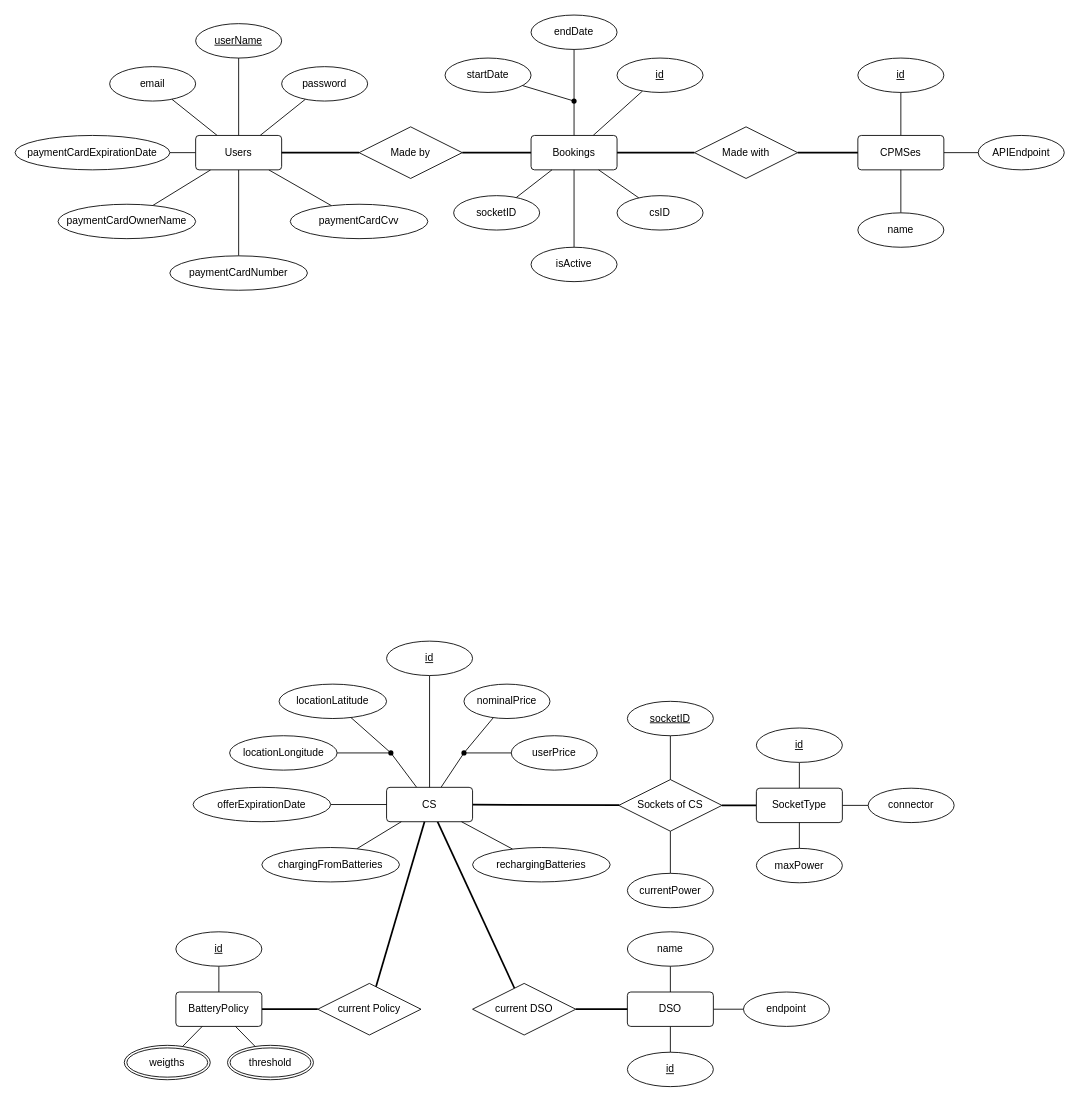
Before: DD/ERDiagrams.drawio in EMJzero/SoftwareEngineeringII-project, a draw.io diagram. Source tidied: cells renumbered, new cells numbered last; positions are measured from the earlier drawing's top-left corner, leaving out a move shared by most shapes. Both pictures are drawn from the tidied source at 86%, with x=0, y=0 at pixel (15, 15).
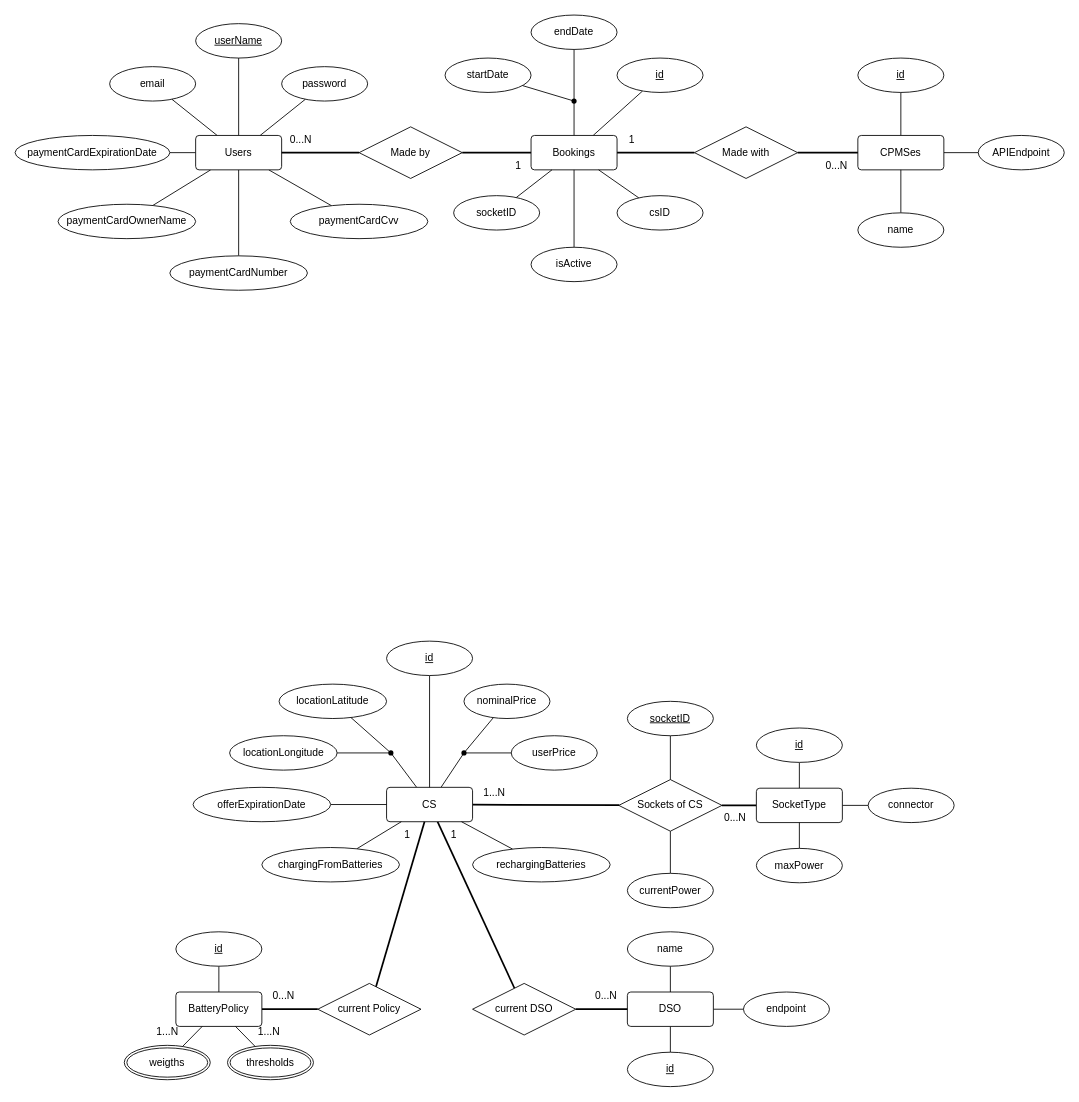
Above is the later version.

Commit message (it also covers changes not shown here):
updated ER diagrams, first activity diagrams

What changed in the source:
```diff
@@
-    <mxCell id="99" value="threshold" style="ellipse;shape=doubleEllipse;margin=3;whiteSpace=wrap;html=1;align=center;" parent="1" vertex="1">
+    <mxCell id="99" value="thresholds" style="ellipse;shape=doubleEllipse;margin=3;whiteSpace=wrap;html=1;align=center;" parent="1" vertex="1">
       <mxGeometry x="247" y="1198" width="100" height="40" as="geometry" />
     </mxCell>
+    <mxCell id="100" value="0...N" style="text;html=1;align=center;verticalAlign=middle;strokeColor=none;fillColor=none;" parent="1" vertex="1">
+      <mxGeometry x="307" y="130" width="50" height="30" as="geometry" />
+    </mxCell>
+    <mxCell id="101" value="1" style="text;html=1;align=center;verticalAlign=middle;strokeColor=none;fillColor=none;" parent="1" vertex="1">
+      <mxGeometry x="570" y="160" width="30" height="30" as="geometry" />
+    </mxCell>
+    <mxCell id="102" value="1" style="text;html=1;align=center;verticalAlign=middle;strokeColor=none;fillColor=none;" parent="1" vertex="1">
+      <mxGeometry x="702" y="130" width="30" height="30" as="geometry" />
+    </mxCell>
+    <mxCell id="103" value="0...N" style="text;html=1;align=center;verticalAlign=middle;strokeColor=none;fillColor=none;" parent="1" vertex="1">
+      <mxGeometry x="930" y="160" width="50" height="30" as="geometry" />
+    </mxCell>
+    <mxCell id="104" value="1" style="text;html=1;align=center;verticalAlign=middle;strokeColor=none;fillColor=none;" parent="1" vertex="1">
+      <mxGeometry x="441" y="938" width="30" height="30" as="geometry" />
+    </mxCell>
+    <mxCell id="105" value="1" style="text;html=1;align=center;verticalAlign=middle;strokeColor=none;fillColor=none;" parent="1" vertex="1">
+      <mxGeometry x="495" y="938" width="30" height="30" as="geometry" />
+    </mxCell>
+    <mxCell id="106" value="0...N" style="text;html=1;align=center;verticalAlign=middle;strokeColor=none;fillColor=none;" parent="1" vertex="1">
+      <mxGeometry x="287" y="1126" width="50" height="30" as="geometry" />
+    </mxCell>
+    <mxCell id="107" value="0...N" style="text;html=1;align=center;verticalAlign=middle;strokeColor=none;fillColor=none;" parent="1" vertex="1">
+      <mxGeometry x="662" y="1126" width="50" height="30" as="geometry" />
+    </mxCell>
+    <mxCell id="108" value="1...N" style="text;html=1;align=center;verticalAlign=middle;strokeColor=none;fillColor=none;" parent="1" vertex="1">
+      <mxGeometry x="532" y="889" width="50" height="30" as="geometry" />
+    </mxCell>
+    <mxCell id="109" value="0...N" style="text;html=1;align=center;verticalAlign=middle;strokeColor=none;fillColor=none;" parent="1" vertex="1">
+      <mxGeometry x="812" y="919" width="50" height="30" as="geometry" />
+    </mxCell>
+    <mxCell id="110" value="1...N" style="text;html=1;align=center;verticalAlign=middle;strokeColor=none;fillColor=none;" parent="1" vertex="1">
+      <mxGeometry x="152" y="1168" width="50" height="30" as="geometry" />
+    </mxCell>
+    <mxCell id="111" value="1...N" style="text;html=1;align=center;verticalAlign=middle;strokeColor=none;fillColor=none;" parent="1" vertex="1">
+      <mxGeometry x="270" y="1168" width="50" height="30" as="geometry" />
+    </mxCell>
```
